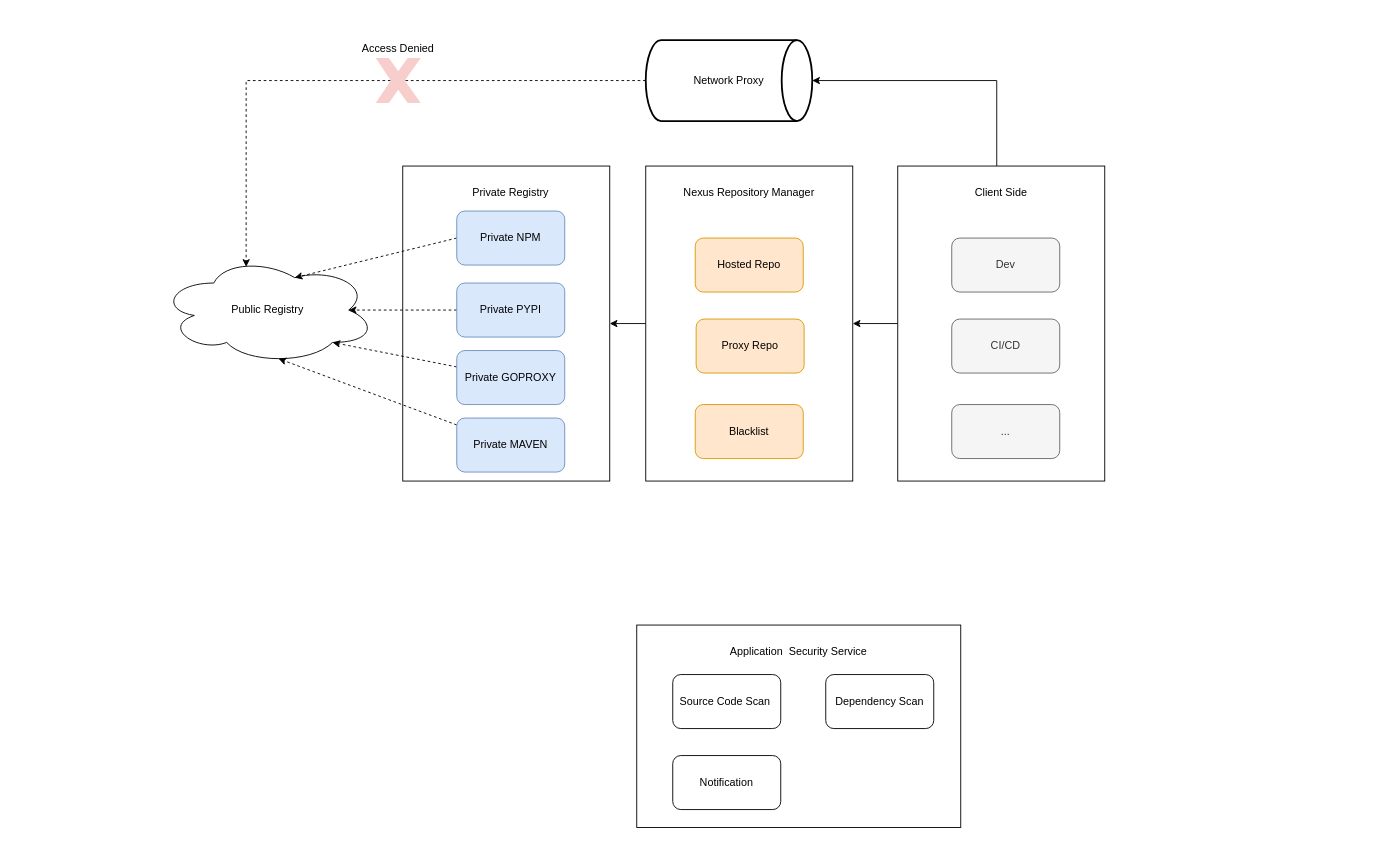
bookchi/Linux keeps this draw.io diagram as dep-sec-gov.drawio. Above is the earlier version. Source tidied: cells renumbered, new cells numbered last; positions are measured from the earlier drawing's top-left corner, leaving out a move shared by most shapes. Both pictures are drawn from the tidied source at 90%, with x=0, y=0 at pixel (159, 40).
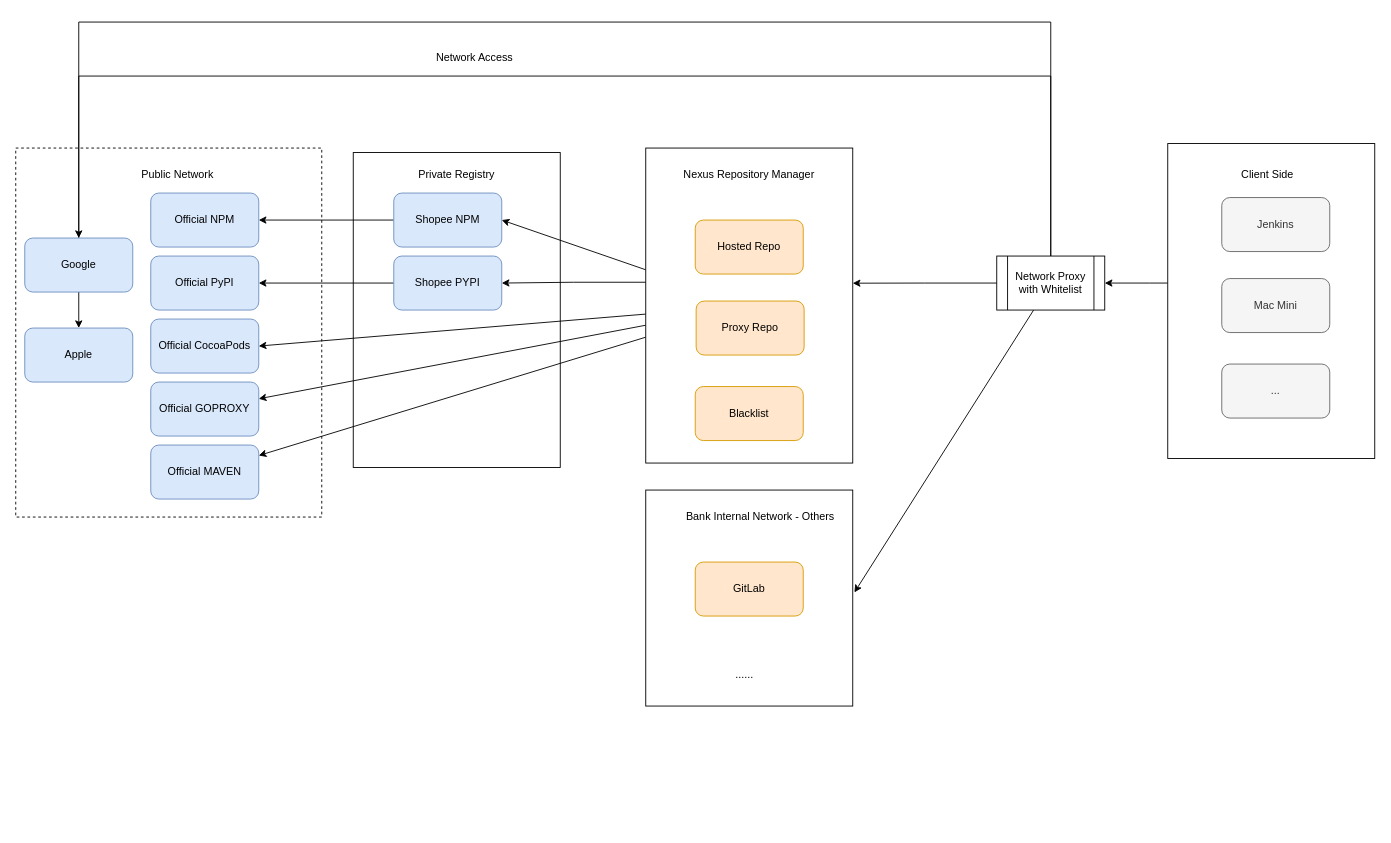
The same diagram, later.

What changed in the source:
```diff
@@
-    <mxCell id="2" style="edgeStyle=orthogonalEdgeStyle;rounded=0;jettySize=auto;html=1;entryX=1;entryY=0.5;entryDx=0;entryDy=0;" parent="1" edge="1" source="4" target="7">
-      <mxGeometry relative="1" as="geometry" />
-    </mxCell>
-    <mxCell id="3" style="edgeStyle=orthogonalEdgeStyle;rounded=0;jettySize=auto;html=1;entryX=1;entryY=0.5;entryDx=0;entryDy=0;entryPerimeter=0;" parent="1" edge="1" source="4" target="27">
-      <mxGeometry relative="1" as="geometry">
-        <Array as="points">
-          <mxPoint x="930" y="45" />
-        </Array>
-      </mxGeometry>
-    </mxCell>
+    <mxCell id="36" style="rounded=0;whiteSpace=wrap;html=1;dashed=1;" parent="1" vertex="1">
+      <mxGeometry x="-160" y="120" width="340" height="410" as="geometry" />
+    </mxCell>
+    <mxCell id="37" style="edgeStyle=orthogonalEdgeStyle;rounded=0;jettySize=auto;html=1;entryX=1;entryY=0.5;entryDx=0;entryDy=0;" parent="1" edge="1" source="4" target="50">
+      <mxGeometry relative="1" as="geometry">
+        <Array as="points">
+          <mxPoint x="1100" y="270" />
+          <mxPoint x="1100" y="270" />
+        </Array>
+      </mxGeometry>
+    </mxCell>
     <mxCell id="4" style="rounded=0;whiteSpace=wrap;html=1;" parent="1" vertex="1">
-      <mxGeometry x="820" y="140" width="230" height="350" as="geometry" />
+      <mxGeometry x="1120" y="115" width="230" height="350" as="geometry" />
     </mxCell>
     <mxCell id="5" style="rounded=0;whiteSpace=wrap;html=1;" parent="1" vertex="1">
-      <mxGeometry x="270" y="140" width="230" height="350" as="geometry" />
+      <mxGeometry x="215" y="125" width="230" height="350" as="geometry" />
     </mxCell>
-    <mxCell id="6" style="edgeStyle=orthogonalEdgeStyle;rounded=0;jettySize=auto;html=1;entryX=1;entryY=0.5;entryDx=0;entryDy=0;" parent="1" edge="1" source="7" target="5">
+    <mxCell id="6" style="edgeStyle=orthogonalEdgeStyle;rounded=0;jettySize=auto;html=1;exitX=0.003;exitY=0.426;exitDx=0;exitDy=0;exitPerimeter=0;" parent="1" edge="1" source="7" target="12">
       <mxGeometry relative="1" as="geometry" />
     </mxCell>
+    <mxCell id="38" style="rounded=0;jettySize=auto;html=1;entryX=1;entryY=0.5;entryDx=0;entryDy=0;" parent="1" edge="1" source="7" target="10">
+      <mxGeometry relative="1" as="geometry" />
+    </mxCell>
+    <mxCell id="39" style="rounded=0;jettySize=auto;html=1;entryX=1;entryY=0.5;entryDx=0;entryDy=0;" parent="1" edge="1" source="7" target="45">
+      <mxGeometry relative="1" as="geometry" />
+    </mxCell>
+    <mxCell id="40" style="rounded=0;jettySize=auto;html=1;" parent="1" edge="1" source="7" target="14">
+      <mxGeometry relative="1" as="geometry" />
+    </mxCell>
+    <mxCell id="41" style="rounded=0;jettySize=auto;html=1;" parent="1" edge="1" source="7" target="16">
+      <mxGeometry relative="1" as="geometry" />
+    </mxCell>
     <mxCell id="7" style="rounded=0;whiteSpace=wrap;html=1;" parent="1" vertex="1">
-      <mxGeometry x="540" y="140" width="230" height="350" as="geometry" />
+      <mxGeometry x="540" y="120" width="230" height="350" as="geometry" />
     </mxCell>
-    <mxCell id="8" value="Public Registry" style="ellipse;shape=cloud;whiteSpace=wrap;html=1;" parent="1" vertex="1">
-      <mxGeometry y="240" width="240" height="120" as="geometry" />
-    </mxCell>
-    <mxCell id="9" style="rounded=0;jettySize=auto;html=1;entryX=0.625;entryY=0.2;entryDx=0;entryDy=0;entryPerimeter=0;exitX=0;exitY=0.5;exitDx=0;exitDy=0;dashed=1;" parent="1" edge="1" source="10" target="8">
-      <mxGeometry relative="1" as="geometry" />
-    </mxCell>
+    <mxCell id="42" style="edgeStyle=orthogonalEdgeStyle;rounded=0;jettySize=auto;html=1;entryX=1;entryY=0.5;entryDx=0;entryDy=0;" parent="1" edge="1" source="10" target="46">
+      <mxGeometry relative="1" as="geometry" />
+    </mxCell>
-    <mxCell id="10" value="Private NPM" style="rounded=1;whiteSpace=wrap;html=1;fillColor=#dae8fc;strokeColor=#6c8ebf;" parent="1" vertex="1">
-      <mxGeometry x="330" y="190" width="120" height="60" as="geometry" />
+    <mxCell id="10" value="Shopee NPM" style="rounded=1;whiteSpace=wrap;html=1;fillColor=#dae8fc;strokeColor=#6c8ebf;" parent="1" vertex="1">
+      <mxGeometry x="260" y="170" width="120" height="60" as="geometry" />
     </mxCell>
-    <mxCell id="11" style="edgeStyle=orthogonalEdgeStyle;rounded=0;jettySize=auto;html=1;dashed=1;entryX=0.875;entryY=0.5;entryDx=0;entryDy=0;entryPerimeter=0;" parent="1" edge="1" source="12" target="8">
-      <mxGeometry relative="1" as="geometry" />
-    </mxCell>
+    <mxCell id="43" style="edgeStyle=orthogonalEdgeStyle;rounded=0;jettySize=auto;html=1;entryX=1;entryY=0.5;entryDx=0;entryDy=0;" parent="1" edge="1" source="12" target="47">
+      <mxGeometry relative="1" as="geometry" />
+    </mxCell>
-    <mxCell id="12" value="Private PYPI" style="rounded=1;whiteSpace=wrap;html=1;fillColor=#dae8fc;strokeColor=#6c8ebf;" parent="1" vertex="1">
-      <mxGeometry x="330" y="270" width="120" height="60" as="geometry" />
+    <mxCell id="12" value="Shopee PYPI" style="rounded=1;whiteSpace=wrap;html=1;fillColor=#dae8fc;strokeColor=#6c8ebf;" parent="1" vertex="1">
+      <mxGeometry x="260" y="240" width="120" height="60" as="geometry" />
     </mxCell>
-    <mxCell id="13" style="rounded=0;jettySize=auto;html=1;entryX=0.8;entryY=0.8;entryDx=0;entryDy=0;entryPerimeter=0;dashed=1;" parent="1" edge="1" source="14" target="8">
-      <mxGeometry relative="1" as="geometry" />
-    </mxCell>
-    <mxCell id="14" value="Private GOPROXY" style="rounded=1;whiteSpace=wrap;html=1;fillColor=#dae8fc;strokeColor=#6c8ebf;" parent="1" vertex="1">
-      <mxGeometry x="330" y="345" width="120" height="60" as="geometry" />
+    <mxCell id="14" value="Official GOPROXY" style="rounded=1;whiteSpace=wrap;html=1;fillColor=#dae8fc;strokeColor=#6c8ebf;" parent="1" vertex="1">
+      <mxGeometry x="-10" y="380" width="120" height="60" as="geometry" />
     </mxCell>
-    <mxCell id="15" style="rounded=0;jettySize=auto;html=1;dashed=1;entryX=0.55;entryY=0.95;entryDx=0;entryDy=0;entryPerimeter=0;" parent="1" edge="1" source="16" target="8">
-      <mxGeometry relative="1" as="geometry" />
-    </mxCell>
-    <mxCell id="16" value="Private MAVEN" style="rounded=1;whiteSpace=wrap;html=1;fillColor=#dae8fc;strokeColor=#6c8ebf;" parent="1" vertex="1">
-      <mxGeometry x="330" y="420" width="120" height="60" as="geometry" />
+    <mxCell id="16" value="Official MAVEN" style="rounded=1;whiteSpace=wrap;html=1;fillColor=#dae8fc;strokeColor=#6c8ebf;" parent="1" vertex="1">
+      <mxGeometry x="-10" y="450" width="120" height="60" as="geometry" />
     </mxCell>
     <mxCell id="17" value="Proxy Repo" style="rounded=1;whiteSpace=wrap;html=1;fillColor=#ffe6cc;strokeColor=#d79b00;" parent="1" vertex="1">
-      <mxGeometry x="596" y="310" width="120" height="60" as="geometry" />
+      <mxGeometry x="596" y="290" width="120" height="60" as="geometry" />
     </mxCell>
-    <mxCell id="18" value="Dev" style="rounded=1;whiteSpace=wrap;html=1;fillColor=#f5f5f5;fontColor=#333333;strokeColor=#666666;" parent="1" vertex="1">
-      <mxGeometry x="880" y="220" width="120" height="60" as="geometry" />
+    <mxCell id="18" value="Jenkins" style="rounded=1;whiteSpace=wrap;html=1;fillColor=#f5f5f5;fontColor=#333333;strokeColor=#666666;" parent="1" vertex="1">
+      <mxGeometry x="1180" y="175" width="120" height="60" as="geometry" />
     </mxCell>
-    <mxCell id="19" value="CI/CD" style="rounded=1;whiteSpace=wrap;html=1;fillColor=#f5f5f5;fontColor=#333333;strokeColor=#666666;" parent="1" vertex="1">
-      <mxGeometry x="880" y="310" width="120" height="60" as="geometry" />
+    <mxCell id="19" value="Mac Mini" style="rounded=1;whiteSpace=wrap;html=1;fillColor=#f5f5f5;fontColor=#333333;strokeColor=#666666;" parent="1" vertex="1">
+      <mxGeometry x="1180" y="265" width="120" height="60" as="geometry" />
     </mxCell>
     <mxCell id="20" value="Nexus Repository Manager" style="text;html=1;strokeColor=none;fillColor=none;align=center;verticalAlign=middle;whiteSpace=wrap;rounded=0;" parent="1" vertex="1">
-      <mxGeometry x="575" y="160" width="160" height="20" as="geometry" />
+      <mxGeometry x="575" y="140" width="160" height="20" as="geometry" />
     </mxCell>
     <mxCell id="21" value="Blacklist" style="rounded=1;whiteSpace=wrap;html=1;fillColor=#ffe6cc;strokeColor=#d79b00;" parent="1" vertex="1">
-      <mxGeometry x="595" y="405" width="120" height="60" as="geometry" />
+      <mxGeometry x="595" y="385" width="120" height="60" as="geometry" />
     </mxCell>
     <mxCell id="22" value="Hosted Repo" style="rounded=1;whiteSpace=wrap;html=1;fillColor=#ffe6cc;strokeColor=#d79b00;" parent="1" vertex="1">
-      <mxGeometry x="595" y="220" width="120" height="60" as="geometry" />
+      <mxGeometry x="595" y="200" width="120" height="60" as="geometry" />
     </mxCell>
     <mxCell id="23" value="Client Side" style="text;html=1;strokeColor=none;fillColor=none;align=center;verticalAlign=middle;whiteSpace=wrap;rounded=0;" parent="1" vertex="1">
-      <mxGeometry x="855" y="160" width="160" height="20" as="geometry" />
+      <mxGeometry x="1151" y="140" width="160" height="20" as="geometry" />
     </mxCell>
     <mxCell id="24" value="Private Registry" style="text;html=1;strokeColor=none;fillColor=none;align=center;verticalAlign=middle;whiteSpace=wrap;rounded=0;" parent="1" vertex="1">
-      <mxGeometry x="310" y="160" width="160" height="20" as="geometry" />
+      <mxGeometry x="250" y="140" width="160" height="20" as="geometry" />
     </mxCell>
     <mxCell id="25" value="..." style="rounded=1;whiteSpace=wrap;html=1;fillColor=#f5f5f5;fontColor=#333333;strokeColor=#666666;" parent="1" vertex="1">
-      <mxGeometry x="880" y="405" width="120" height="60" as="geometry" />
+      <mxGeometry x="1180" y="360" width="120" height="60" as="geometry" />
     </mxCell>
-    <mxCell id="26" style="edgeStyle=orthogonalEdgeStyle;rounded=0;jettySize=auto;html=1;entryX=0.4;entryY=0.1;entryDx=0;entryDy=0;entryPerimeter=0;dashed=1;exitX=0.33;exitY=0.5;exitDx=0;exitDy=0;exitPerimeter=0;" parent="1" edge="1" source="29" target="8">
-      <mxGeometry relative="1" as="geometry">
-        <Array as="points">
-          <mxPoint x="96" y="45" />
-        </Array>
-      </mxGeometry>
-    </mxCell>
-    <mxCell id="27" value="Network Proxy" style="strokeWidth=2;html=1;shape=mxgraph.flowchart.direct_data;whiteSpace=wrap;" parent="1" vertex="1">
-      <mxGeometry x="540" width="185" height="90" as="geometry" />
-    </mxCell>
-    <mxCell id="28" style="edgeStyle=orthogonalEdgeStyle;rounded=0;jettySize=auto;html=1;dashed=1;endArrow=none;endFill=0;" parent="1" edge="1" source="27">
-      <mxGeometry relative="1" as="geometry">
-        <mxPoint x="273" y="45" as="targetPoint" />
-      </mxGeometry>
-    </mxCell>
-    <mxCell id="29" style="verticalLabelPosition=bottom;verticalAlign=top;html=1;shape=mxgraph.basic.x;fillColor=#f8cecc;strokeColor=none;" parent="1" vertex="1">
-      <mxGeometry x="240" y="20" width="50" height="50" as="geometry" />
-    </mxCell>
-    <mxCell id="30" value="Access Denied" style="text;html=1;strokeColor=none;fillColor=none;align=center;verticalAlign=middle;whiteSpace=wrap;rounded=0;" parent="1" vertex="1">
-      <mxGeometry x="185" width="160" height="20" as="geometry" />
-    </mxCell>
-    <mxCell id="31" style="rounded=0;whiteSpace=wrap;html=1;" parent="1" vertex="1">
-      <mxGeometry x="530" y="650" width="360" height="225" as="geometry" />
-    </mxCell>
-    <mxCell id="32" value="Application&amp;nbsp; Security Service" style="text;html=1;strokeColor=none;fillColor=none;align=center;verticalAlign=middle;whiteSpace=wrap;rounded=0;" parent="1" vertex="1">
-      <mxGeometry x="600" y="665" width="220" height="30" as="geometry" />
-    </mxCell>
-    <mxCell id="33" value="Source Code Scan&amp;nbsp;" style="rounded=1;whiteSpace=wrap;html=1;" parent="1" vertex="1">
-      <mxGeometry x="570" y="705" width="120" height="60" as="geometry" />
-    </mxCell>
-    <mxCell id="34" value="Dependency Scan" style="rounded=1;whiteSpace=wrap;html=1;" parent="1" vertex="1">
-      <mxGeometry x="740" y="705" width="120" height="60" as="geometry" />
-    </mxCell>
-    <mxCell id="35" value="Notification" style="rounded=1;whiteSpace=wrap;html=1;" parent="1" vertex="1">
-      <mxGeometry x="570" y="795" width="120" height="60" as="geometry" />
-    </mxCell>
+    <mxCell id="44" value="Public Network" style="text;html=1;strokeColor=none;fillColor=none;align=center;verticalAlign=middle;whiteSpace=wrap;rounded=0;" parent="1" vertex="1">
+      <mxGeometry x="-60" y="140" width="160" height="20" as="geometry" />
+    </mxCell>
+    <mxCell id="45" value="Official CocoaPods" style="rounded=1;whiteSpace=wrap;html=1;fillColor=#dae8fc;strokeColor=#6c8ebf;" parent="1" vertex="1">
+      <mxGeometry x="-10" y="310" width="120" height="60" as="geometry" />
+    </mxCell>
+    <mxCell id="46" value="Official NPM" style="rounded=1;whiteSpace=wrap;html=1;fillColor=#dae8fc;strokeColor=#6c8ebf;" parent="1" vertex="1">
+      <mxGeometry x="-10" y="170" width="120" height="60" as="geometry" />
+    </mxCell>
+    <mxCell id="47" value="Official PyPI" style="rounded=1;whiteSpace=wrap;html=1;fillColor=#dae8fc;strokeColor=#6c8ebf;" parent="1" vertex="1">
+      <mxGeometry x="-10" y="240" width="120" height="60" as="geometry" />
+    </mxCell>
+    <mxCell id="48" style="edgeStyle=orthogonalEdgeStyle;rounded=0;jettySize=auto;html=1;entryX=0.5;entryY=0;entryDx=0;entryDy=0;" parent="1" edge="1" source="50" target="57">
+      <mxGeometry relative="1" as="geometry">
+        <Array as="points">
+          <mxPoint x="990" y="40" />
+          <mxPoint x="-90" y="40" />
+        </Array>
+      </mxGeometry>
+    </mxCell>
+    <mxCell id="49" style="edgeStyle=orthogonalEdgeStyle;rounded=0;jettySize=auto;html=1;entryX=0.5;entryY=0;entryDx=0;entryDy=0;" parent="1" edge="1" source="50" target="58">
+      <mxGeometry relative="1" as="geometry">
+        <Array as="points">
+          <mxPoint x="990" y="-20" />
+          <mxPoint x="-90" y="-20" />
+        </Array>
+      </mxGeometry>
+    </mxCell>
+    <mxCell id="50" value="Network Proxy with Whitelist" style="shape=process;whiteSpace=wrap;html=1;backgroundOutline=1;" parent="1" vertex="1">
+      <mxGeometry x="930" y="240" width="120" height="60" as="geometry" />
+    </mxCell>
+    <mxCell id="51" style="edgeStyle=orthogonalEdgeStyle;rounded=0;jettySize=auto;html=1;entryX=1;entryY=0.429;entryDx=0;entryDy=0;entryPerimeter=0;" parent="1" edge="1" source="50" target="7">
+      <mxGeometry relative="1" as="geometry" />
+    </mxCell>
+    <mxCell id="52" style="rounded=0;whiteSpace=wrap;html=1;" parent="1" vertex="1">
+      <mxGeometry x="540" y="500" width="230" height="240" as="geometry" />
+    </mxCell>
+    <mxCell id="53" value="Bank Internal Network - Others" style="text;html=1;strokeColor=none;fillColor=none;align=center;verticalAlign=middle;whiteSpace=wrap;rounded=0;" parent="1" vertex="1">
+      <mxGeometry x="575" y="520" width="185" height="20" as="geometry" />
+    </mxCell>
+    <mxCell id="54" value="GitLab" style="rounded=1;whiteSpace=wrap;html=1;fillColor=#ffe6cc;strokeColor=#d79b00;" parent="1" vertex="1">
+      <mxGeometry x="595" y="580" width="120" height="60" as="geometry" />
+    </mxCell>
+    <mxCell id="55" value="......" style="text;html=1;strokeColor=none;fillColor=none;align=center;verticalAlign=middle;whiteSpace=wrap;rounded=0;" parent="1" vertex="1">
+      <mxGeometry x="620" y="690" width="60" height="30" as="geometry" />
+    </mxCell>
+    <mxCell id="56" style="rounded=0;jettySize=auto;html=1;entryX=1.008;entryY=0.474;entryDx=0;entryDy=0;entryPerimeter=0;" parent="1" edge="1" source="50" target="52">
+      <mxGeometry relative="1" as="geometry" />
+    </mxCell>
+    <mxCell id="57" value="Google" style="rounded=1;whiteSpace=wrap;html=1;fillColor=#dae8fc;strokeColor=#6c8ebf;" parent="1" vertex="1">
+      <mxGeometry x="-150" y="220" width="120" height="60" as="geometry" />
+    </mxCell>
+    <mxCell id="58" value="Apple" style="rounded=1;whiteSpace=wrap;html=1;fillColor=#dae8fc;strokeColor=#6c8ebf;" parent="1" vertex="1">
+      <mxGeometry x="-150" y="320" width="120" height="60" as="geometry" />
+    </mxCell>
+    <mxCell id="59" value="Network Access" style="text;html=1;strokeColor=none;fillColor=none;align=center;verticalAlign=middle;whiteSpace=wrap;rounded=0;" parent="1" vertex="1">
+      <mxGeometry x="270" y="10" width="160" height="20" as="geometry" />
+    </mxCell>
```
